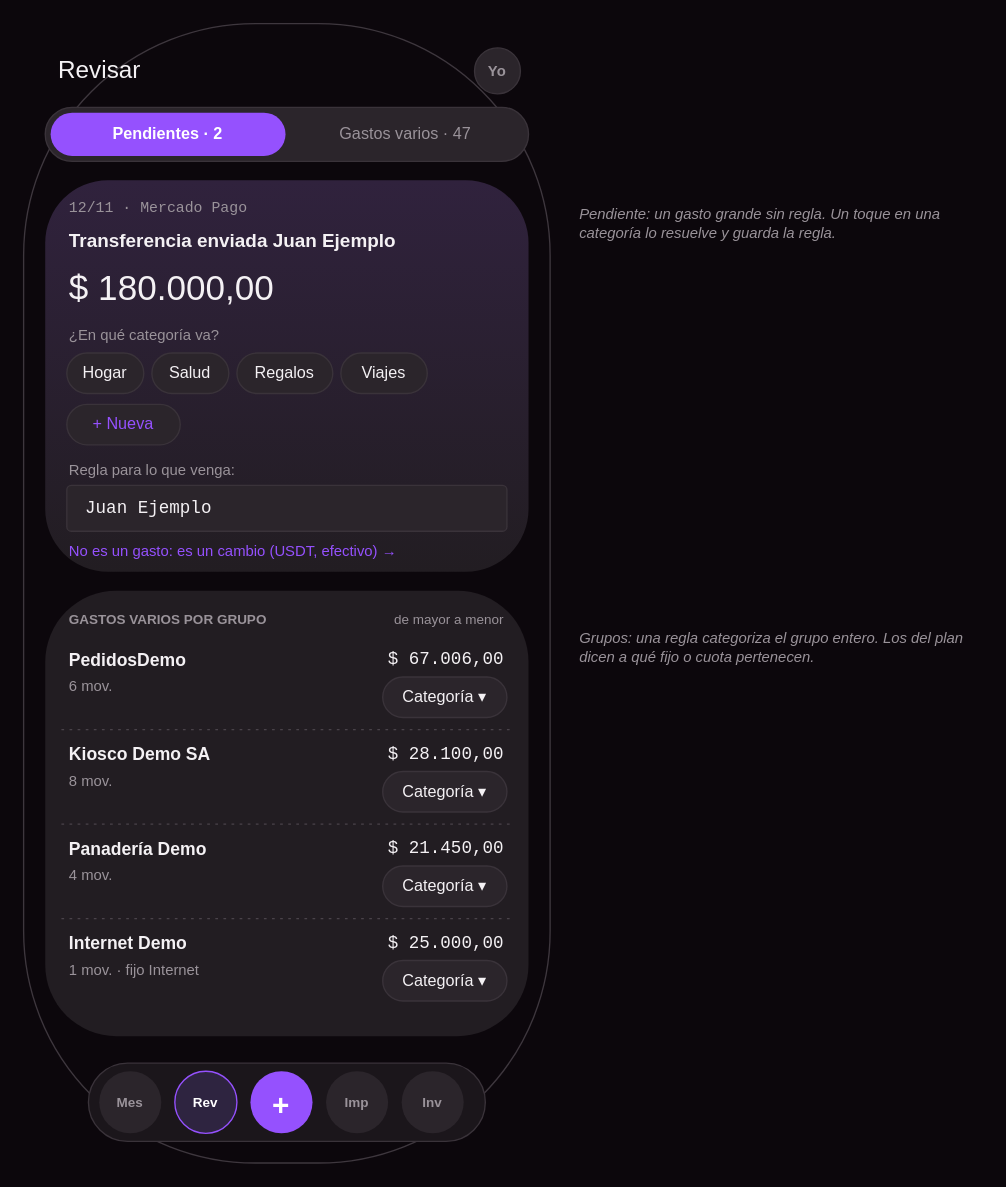
Above: page "Revisar · celular" (5 of 16) of docs/diseno/conciliador.drawio in nicovazzoler/conciliador (draw.io), before the change. Source tidied: cells renumbered, new cells numbered last; positions are measured from the earlier drawing's top-left corner, leaving out a move shared by most shapes. Both pictures are drawn from the tidied source at 135%, with x=0, y=0 at pixel (23, 23).
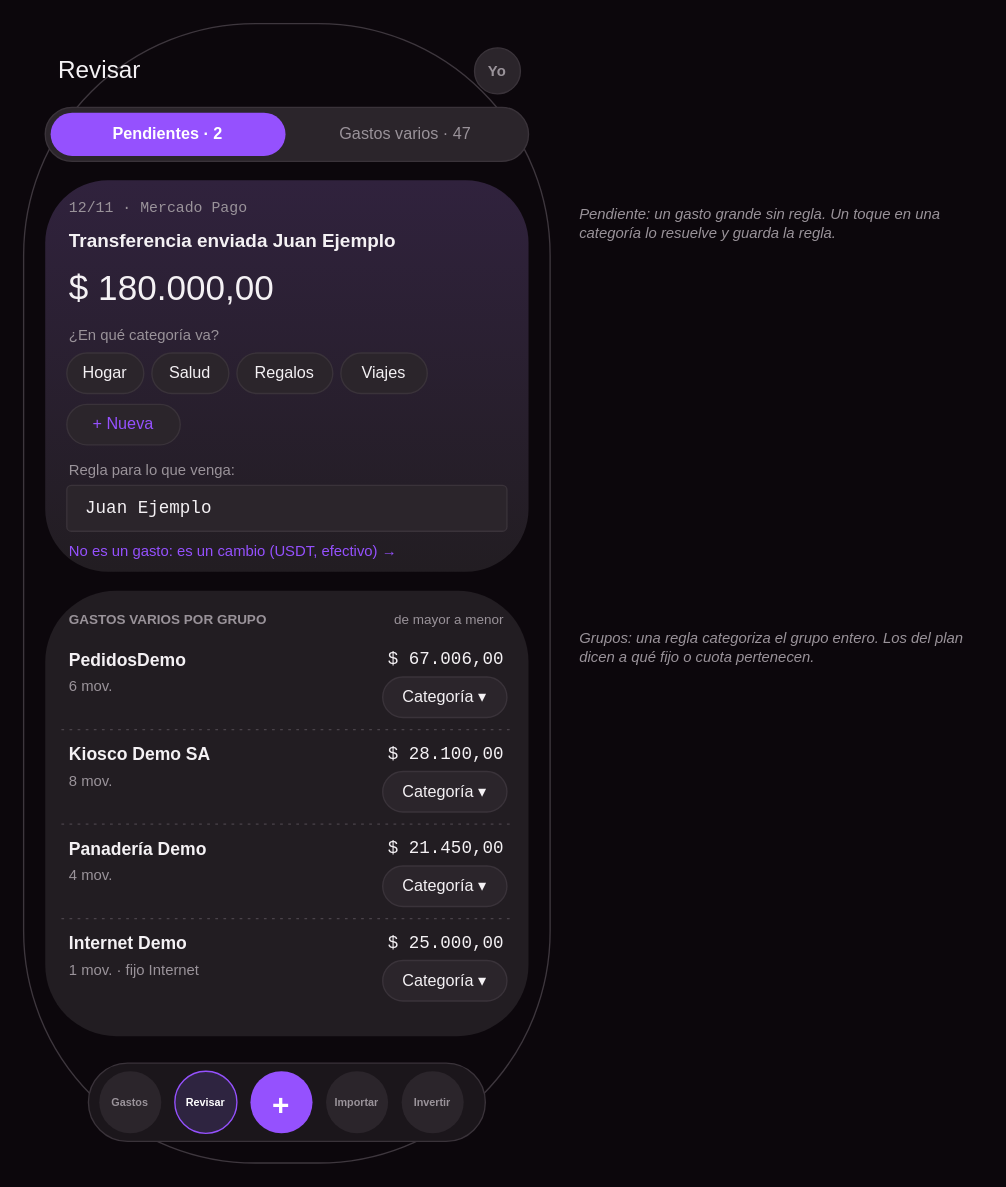
Above is the later version.

Commit message (it also covers changes not shown here):
Diseño: Gastos con meses anteriores, ganancia no realizada y escritorio de inversiones

La sección Mes pasa a llamarse Gastos, con flechas para ir a meses anteriores y las barras del total como los últimos seis meses. Trading muestra la ganancia realizada y la no realizada. Se suman Portafolio y Trading en escritorio: las 16 pantallas existen en celular y en escritorio.

Diff of the diagram source:
```diff
@@
-    <mxCell id="6" value="Mes" style="ellipse;fillColor=#2B252B;strokeColor=none;fontColor=#9A939A;fontSize=10;fontFamily=Helvetica;fontStyle=1;align=center;verticalAlign=middle;" parent="1" vertex="1">
+    <mxCell id="6" value="Gastos" style="ellipse;fillColor=#2B252B;strokeColor=none;fontColor=#9A939A;fontSize=8;fontFamily=Helvetica;fontStyle=1;align=center;verticalAlign=middle;" parent="1" vertex="1">
       <mxGeometry x="56" y="776" width="46" height="46" as="geometry" />
     </mxCell>
-    <mxCell id="7" value="Rev" style="ellipse;fillColor=#2E2440;strokeColor=#9551FE;fontColor=#FFFFFF;fontSize=10;fontFamily=Helvetica;fontStyle=1;align=center;verticalAlign=middle;" parent="1" vertex="1">
+    <mxCell id="7" value="Revisar" style="ellipse;fillColor=#2E2440;strokeColor=#9551FE;fontColor=#FFFFFF;fontSize=8;fontFamily=Helvetica;fontStyle=1;align=center;verticalAlign=middle;" parent="1" vertex="1">
       <mxGeometry x="112" y="776" width="46" height="46" as="geometry" />
     </mxCell>
@@
-    <mxCell id="9" value="Imp" style="ellipse;fillColor=#2B252B;strokeColor=none;fontColor=#9A939A;fontSize=10;fontFamily=Helvetica;fontStyle=1;align=center;verticalAlign=middle;" parent="1" vertex="1">
+    <mxCell id="9" value="Importar" style="ellipse;fillColor=#2B252B;strokeColor=none;fontColor=#9A939A;fontSize=8;fontFamily=Helvetica;fontStyle=1;align=center;verticalAlign=middle;" parent="1" vertex="1">
       <mxGeometry x="224" y="776" width="46" height="46" as="geometry" />
     </mxCell>
-    <mxCell id="10" value="Inv" style="ellipse;fillColor=#2B252B;strokeColor=none;fontColor=#9A939A;fontSize=10;fontFamily=Helvetica;fontStyle=1;align=center;verticalAlign=middle;" parent="1" vertex="1">
+    <mxCell id="10" value="Invertir" style="ellipse;fillColor=#2B252B;strokeColor=none;fontColor=#9A939A;fontSize=8;fontFamily=Helvetica;fontStyle=1;align=center;verticalAlign=middle;" parent="1" vertex="1">
       <mxGeometry x="280" y="776" width="46" height="46" as="geometry" />
     </mxCell>
```
